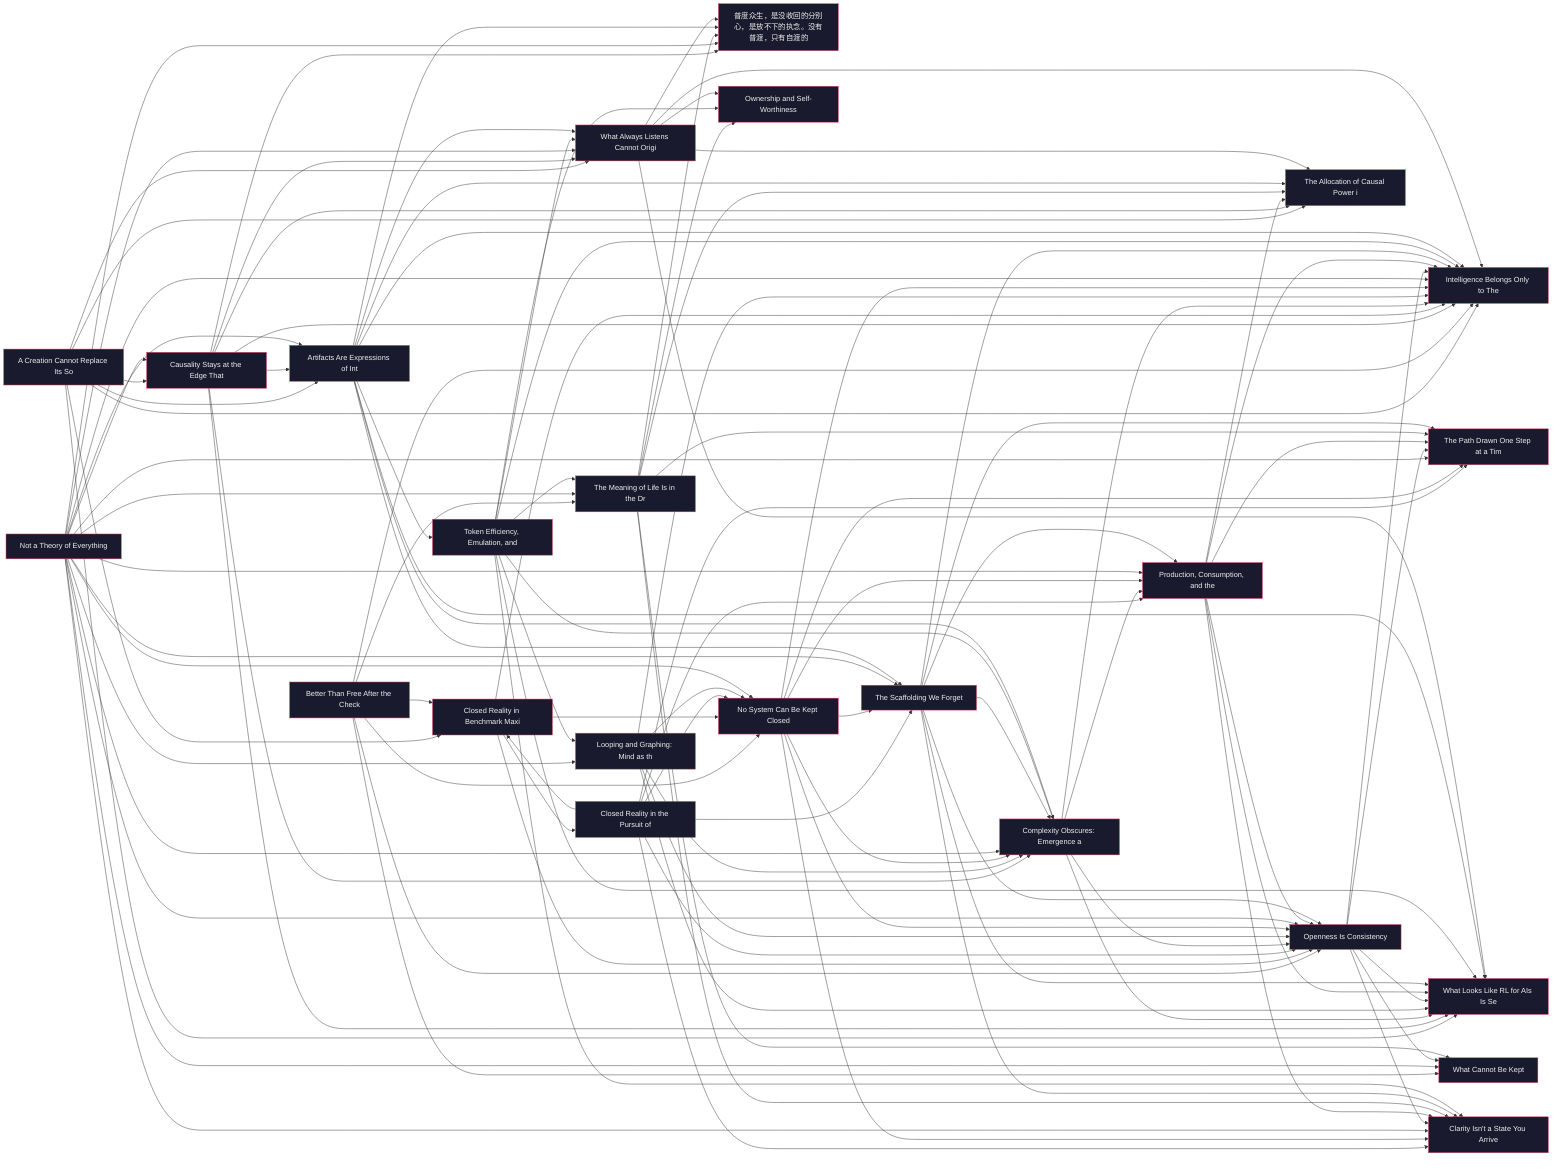
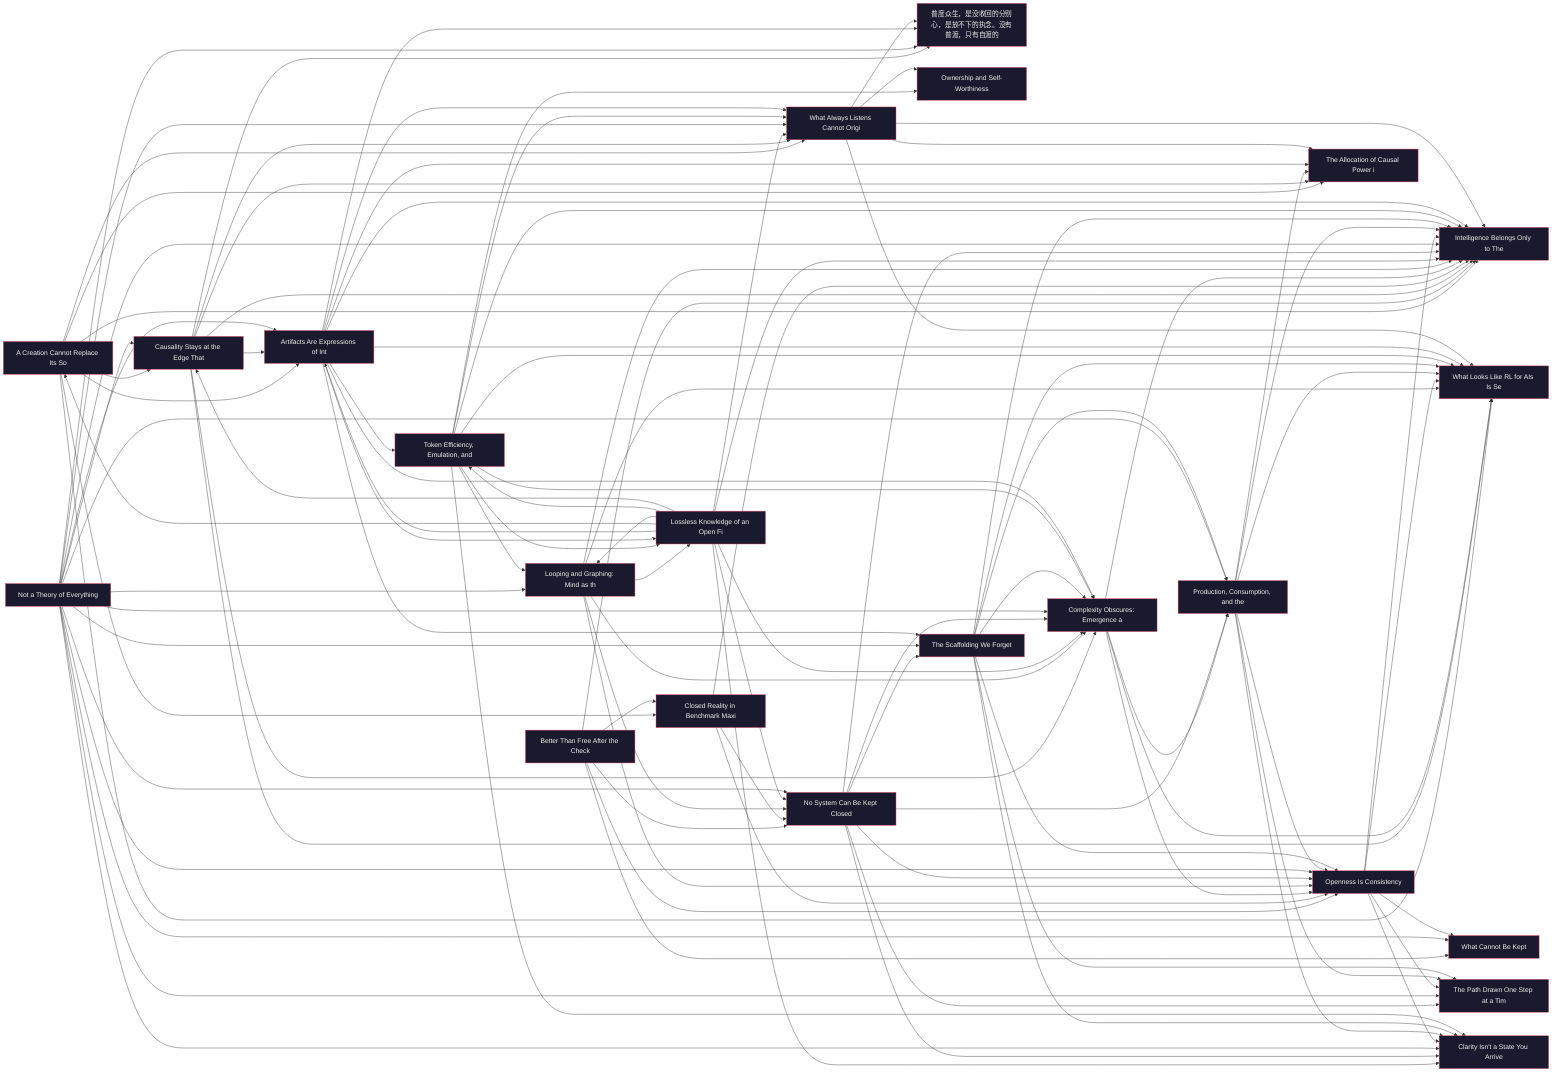
%% Disposable posts lattice — regenerate; do not edit
%% Source of truth: relative cross-links in content/posts/*.md
flowchart LR
  classDef post fill:#1a1a2e,color:#eee,stroke:#e94560
  a_creation_cannot_replace_its_source["A Creation Cannot Replace Its So"]
  class a_creation_cannot_replace_its_source post
  better_than_free_after_the_checklist_closes["Better Than Free After the Check"]
  class better_than_free_after_the_checklist_closes post
  causality_stays_at_the_edge_that_steers["Causality Stays at the Edge That"]
  class causality_stays_at_the_edge_that_steers post
  clarity_isnt_a_state_you_arrive_at["Clarity Isn't a State You Arrive"]
  class clarity_isnt_a_state_you_arrive_at post
  closed_reality_in_benchmark_maxing["Closed Reality in Benchmark Maxi"]
  class closed_reality_in_benchmark_maxing post
-   closed_reality_in_the_pursuit_of_serendipity["Closed Reality in the Pursuit of"]
-   class closed_reality_in_the_pursuit_of_serendipity post
  complexity_obscures_emergence_as_the_act_of_mind["Complexity Obscures: Emergence a"]
  class complexity_obscures_emergence_as_the_act_of_mind post
  intelligence_belongs_only_to_the_mind["Intelligence Belongs Only to The"]
  class intelligence_belongs_only_to_the_mind post
  looping_and_graphing["Looping and Graphing: Mind as th"]
  class looping_and_graphing post
+   lossless_knowledge_of_an_open_field_is_incoherent["Lossless Knowledge of an Open Fi"]
+   class lossless_knowledge_of_an_open_field_is_incoherent post
  mei_you_pu_du_zhi_you_zi_du["普度众生，是没收回的分别心，是放不下的执念。没有普渡，只有自渡的"]
  class mei_you_pu_du_zhi_you_zi_du post
  no_system_can_be_kept_closed["No System Can Be Kept Closed"]
  class no_system_can_be_kept_closed post
  not_a_theory_of_everything["Not a Theory of Everything"]
  class not_a_theory_of_everything post
  openness_is_consistency["Openness Is Consistency"]
  class openness_is_consistency post
  ownership_and_self_worthiness["Ownership and Self-Worthiness"]
  class ownership_and_self_worthiness post
  production_consumption_and_the_minds_distinction["Production, Consumption, and the"]
  class production_consumption_and_the_minds_distinction post
  self_rl_for_humans["What Looks Like RL for AIs Is Se"]
  class self_rl_for_humans post
  the_allocation_of_causal_power_in_validation["The Allocation of Causal Power i"]
  class the_allocation_of_causal_power_in_validation post
-   the_meaning_of_life_is_in_the_drafting["The Meaning of Life Is in the Dr"]
-   class the_meaning_of_life_is_in_the_drafting post
  the_path_drawn_one_step_at_a_time["The Path Drawn One Step at a Tim"]
  class the_path_drawn_one_step_at_a_time post
  the_scaffolding_we_forget["The Scaffolding We Forget"]
  class the_scaffolding_we_forget post
  token_efficiency_emulation_and_the_unclosable_gap["Token Efficiency, Emulation, and"]
  class token_efficiency_emulation_and_the_unclosable_gap post
  two_failures_of_trace["Artifacts Are Expressions of Int"]
  class two_failures_of_trace post
  what_always_listens_cannot_originate["What Always Listens Cannot Origi"]
  class what_always_listens_cannot_originate post
  what_cannot_be_kept["What Cannot Be Kept"]
  class what_cannot_be_kept post
  a_creation_cannot_replace_its_source --> closed_reality_in_benchmark_maxing
  a_creation_cannot_replace_its_source --> intelligence_belongs_only_to_the_mind
  a_creation_cannot_replace_its_source --> self_rl_for_humans
  a_creation_cannot_replace_its_source --> causality_stays_at_the_edge_that_steers
  a_creation_cannot_replace_its_source --> what_always_listens_cannot_originate
  a_creation_cannot_replace_its_source --> two_failures_of_trace
  a_creation_cannot_replace_its_source --> the_allocation_of_causal_power_in_validation
  better_than_free_after_the_checklist_closes --> no_system_can_be_kept_closed
  better_than_free_after_the_checklist_closes --> what_cannot_be_kept
  better_than_free_after_the_checklist_closes --> intelligence_belongs_only_to_the_mind
  better_than_free_after_the_checklist_closes --> closed_reality_in_benchmark_maxing
  better_than_free_after_the_checklist_closes --> openness_is_consistency
-   better_than_free_after_the_checklist_closes --> the_meaning_of_life_is_in_the_drafting
  causality_stays_at_the_edge_that_steers --> what_always_listens_cannot_originate
  causality_stays_at_the_edge_that_steers --> intelligence_belongs_only_to_the_mind
  causality_stays_at_the_edge_that_steers --> self_rl_for_humans
  causality_stays_at_the_edge_that_steers --> two_failures_of_trace
  causality_stays_at_the_edge_that_steers --> mei_you_pu_du_zhi_you_zi_du
  causality_stays_at_the_edge_that_steers --> the_allocation_of_causal_power_in_validation
  causality_stays_at_the_edge_that_steers --> complexity_obscures_emergence_as_the_act_of_mind
  closed_reality_in_benchmark_maxing --> no_system_can_be_kept_closed
  closed_reality_in_benchmark_maxing --> intelligence_belongs_only_to_the_mind
  closed_reality_in_benchmark_maxing --> openness_is_consistency
-   closed_reality_in_benchmark_maxing --> closed_reality_in_the_pursuit_of_serendipity
-   closed_reality_in_the_pursuit_of_serendipity --> closed_reality_in_benchmark_maxing
-   closed_reality_in_the_pursuit_of_serendipity --> openness_is_consistency
-   closed_reality_in_the_pursuit_of_serendipity --> the_path_drawn_one_step_at_a_time
-   closed_reality_in_the_pursuit_of_serendipity --> no_system_can_be_kept_closed
-   closed_reality_in_the_pursuit_of_serendipity --> production_consumption_and_the_minds_distinction
-   closed_reality_in_the_pursuit_of_serendipity --> the_scaffolding_we_forget
-   closed_reality_in_the_pursuit_of_serendipity --> clarity_isnt_a_state_you_arrive_at
  complexity_obscures_emergence_as_the_act_of_mind --> intelligence_belongs_only_to_the_mind
  complexity_obscures_emergence_as_the_act_of_mind --> openness_is_consistency
  complexity_obscures_emergence_as_the_act_of_mind --> production_consumption_and_the_minds_distinction
  complexity_obscures_emergence_as_the_act_of_mind --> self_rl_for_humans
  looping_and_graphing --> self_rl_for_humans
  looping_and_graphing --> intelligence_belongs_only_to_the_mind
  looping_and_graphing --> complexity_obscures_emergence_as_the_act_of_mind
  looping_and_graphing --> no_system_can_be_kept_closed
  looping_and_graphing --> openness_is_consistency
+   looping_and_graphing --> lossless_knowledge_of_an_open_field_is_incoherent
+   lossless_knowledge_of_an_open_field_is_incoherent --> intelligence_belongs_only_to_the_mind
+   lossless_knowledge_of_an_open_field_is_incoherent --> two_failures_of_trace
+   lossless_knowledge_of_an_open_field_is_incoherent --> a_creation_cannot_replace_its_source
+   lossless_knowledge_of_an_open_field_is_incoherent --> what_always_listens_cannot_originate
+   lossless_knowledge_of_an_open_field_is_incoherent --> looping_and_graphing
+   lossless_knowledge_of_an_open_field_is_incoherent --> no_system_can_be_kept_closed
+   lossless_knowledge_of_an_open_field_is_incoherent --> complexity_obscures_emergence_as_the_act_of_mind
+   lossless_knowledge_of_an_open_field_is_incoherent --> token_efficiency_emulation_and_the_unclosable_gap
+   lossless_knowledge_of_an_open_field_is_incoherent --> causality_stays_at_the_edge_that_steers
+   lossless_knowledge_of_an_open_field_is_incoherent --> clarity_isnt_a_state_you_arrive_at
  no_system_can_be_kept_closed --> openness_is_consistency
  no_system_can_be_kept_closed --> intelligence_belongs_only_to_the_mind
  no_system_can_be_kept_closed --> production_consumption_and_the_minds_distinction
  no_system_can_be_kept_closed --> complexity_obscures_emergence_as_the_act_of_mind
  no_system_can_be_kept_closed --> the_path_drawn_one_step_at_a_time
  no_system_can_be_kept_closed --> the_scaffolding_we_forget
  no_system_can_be_kept_closed --> clarity_isnt_a_state_you_arrive_at
  not_a_theory_of_everything --> intelligence_belongs_only_to_the_mind
  not_a_theory_of_everything --> openness_is_consistency
  not_a_theory_of_everything --> the_path_drawn_one_step_at_a_time
  not_a_theory_of_everything --> causality_stays_at_the_edge_that_steers
  not_a_theory_of_everything --> two_failures_of_trace
  not_a_theory_of_everything --> the_scaffolding_we_forget
  not_a_theory_of_everything --> looping_and_graphing
  not_a_theory_of_everything --> production_consumption_and_the_minds_distinction
  not_a_theory_of_everything --> mei_you_pu_du_zhi_you_zi_du
  not_a_theory_of_everything --> clarity_isnt_a_state_you_arrive_at
  not_a_theory_of_everything --> what_always_listens_cannot_originate
  not_a_theory_of_everything --> what_cannot_be_kept
  not_a_theory_of_everything --> complexity_obscures_emergence_as_the_act_of_mind
  not_a_theory_of_everything --> no_system_can_be_kept_closed
-   not_a_theory_of_everything --> the_meaning_of_life_is_in_the_drafting
  openness_is_consistency --> the_path_drawn_one_step_at_a_time
  openness_is_consistency --> intelligence_belongs_only_to_the_mind
  openness_is_consistency --> what_cannot_be_kept
  openness_is_consistency --> self_rl_for_humans
  openness_is_consistency --> clarity_isnt_a_state_you_arrive_at
  production_consumption_and_the_minds_distinction --> openness_is_consistency
  production_consumption_and_the_minds_distinction --> intelligence_belongs_only_to_the_mind
  production_consumption_and_the_minds_distinction --> the_path_drawn_one_step_at_a_time
  production_consumption_and_the_minds_distinction --> the_allocation_of_causal_power_in_validation
  production_consumption_and_the_minds_distinction --> self_rl_for_humans
  production_consumption_and_the_minds_distinction --> clarity_isnt_a_state_you_arrive_at
-   the_meaning_of_life_is_in_the_drafting --> the_path_drawn_one_step_at_a_time
-   the_meaning_of_life_is_in_the_drafting --> what_cannot_be_kept
-   the_meaning_of_life_is_in_the_drafting --> ownership_and_self_worthiness
-   the_meaning_of_life_is_in_the_drafting --> the_allocation_of_causal_power_in_validation
-   the_meaning_of_life_is_in_the_drafting --> mei_you_pu_du_zhi_you_zi_du
-   the_meaning_of_life_is_in_the_drafting --> clarity_isnt_a_state_you_arrive_at
  the_scaffolding_we_forget --> intelligence_belongs_only_to_the_mind
  the_scaffolding_we_forget --> the_path_drawn_one_step_at_a_time
  the_scaffolding_we_forget --> openness_is_consistency
  the_scaffolding_we_forget --> production_consumption_and_the_minds_distinction
  the_scaffolding_we_forget --> complexity_obscures_emergence_as_the_act_of_mind
  the_scaffolding_we_forget --> clarity_isnt_a_state_you_arrive_at
  the_scaffolding_we_forget --> self_rl_for_humans
  token_efficiency_emulation_and_the_unclosable_gap --> self_rl_for_humans
  token_efficiency_emulation_and_the_unclosable_gap --> ownership_and_self_worthiness
  token_efficiency_emulation_and_the_unclosable_gap --> what_always_listens_cannot_originate
  token_efficiency_emulation_and_the_unclosable_gap --> complexity_obscures_emergence_as_the_act_of_mind
  token_efficiency_emulation_and_the_unclosable_gap --> intelligence_belongs_only_to_the_mind
  token_efficiency_emulation_and_the_unclosable_gap --> looping_and_graphing
  token_efficiency_emulation_and_the_unclosable_gap --> clarity_isnt_a_state_you_arrive_at
-   token_efficiency_emulation_and_the_unclosable_gap --> the_meaning_of_life_is_in_the_drafting
+   token_efficiency_emulation_and_the_unclosable_gap --> lossless_knowledge_of_an_open_field_is_incoherent
  two_failures_of_trace --> intelligence_belongs_only_to_the_mind
  two_failures_of_trace --> token_efficiency_emulation_and_the_unclosable_gap
  two_failures_of_trace --> the_scaffolding_we_forget
  two_failures_of_trace --> what_always_listens_cannot_originate
  two_failures_of_trace --> mei_you_pu_du_zhi_you_zi_du
  two_failures_of_trace --> the_allocation_of_causal_power_in_validation
  two_failures_of_trace --> self_rl_for_humans
  two_failures_of_trace --> complexity_obscures_emergence_as_the_act_of_mind
+   two_failures_of_trace --> lossless_knowledge_of_an_open_field_is_incoherent
  what_always_listens_cannot_originate --> intelligence_belongs_only_to_the_mind
  what_always_listens_cannot_originate --> the_allocation_of_causal_power_in_validation
  what_always_listens_cannot_originate --> ownership_and_self_worthiness
  what_always_listens_cannot_originate --> self_rl_for_humans
  what_always_listens_cannot_originate --> mei_you_pu_du_zhi_you_zi_du
